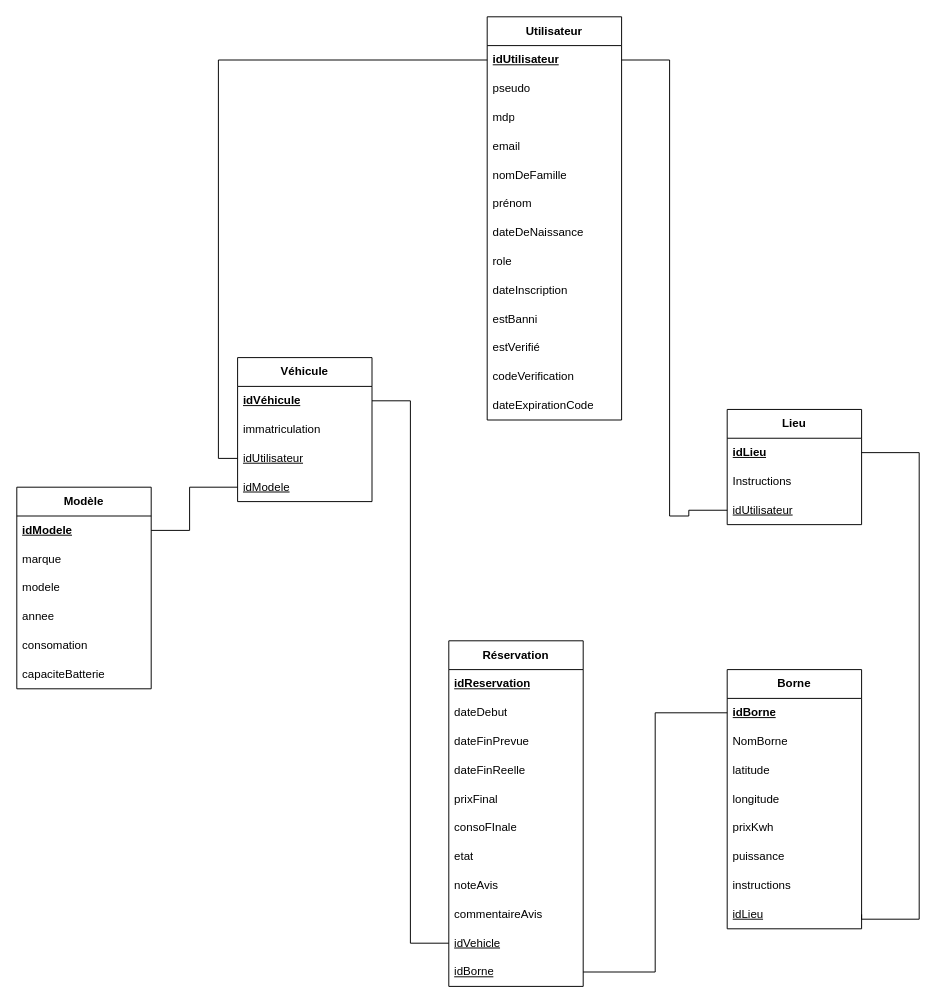
Above: page "mld" (2 of 3) of merise-electricity-business.drawio in LaiPe/electricity-business-back (draw.io), before the change. Source tidied: cells renumbered, new cells numbered last; positions are measured from the earlier drawing's top-left corner, leaving out a move shared by most shapes. Both pictures are drawn from the tidied source at 96%, with x=0, y=0 at pixel (16, 16).
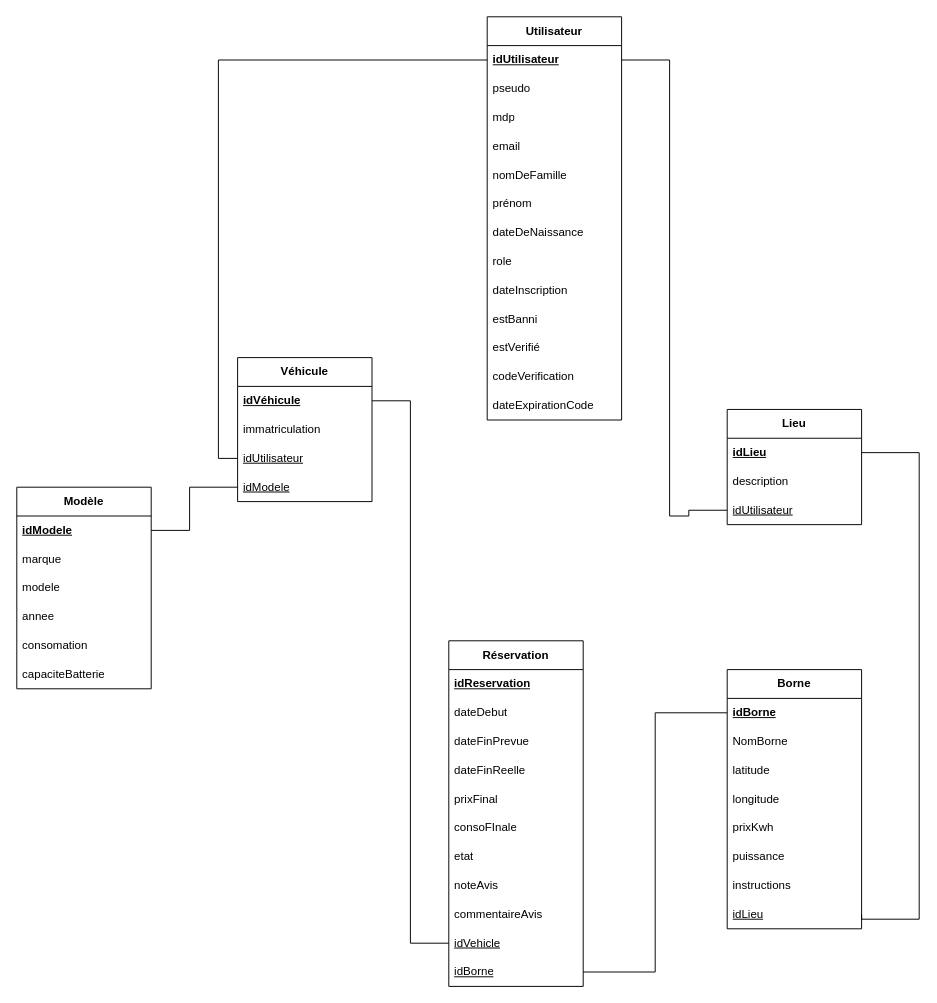
The same diagram, later.

Commit message (it also covers changes not shown here):
refactor: rename 'instructions' to 'description' in Place-related DTOs and entities

The change refers to these unchanged cells:
```xml
<mxCell id="25" value="&lt;b&gt;Lieu&lt;/b&gt;" style="swimlane;fontStyle=0;horizontal=1;startSize=30;whiteSpace=wrap;html=1;" parent="1" vertex="1">
  <mxGeometry x="740" y="409" width="140" height="120" as="geometry" />
</mxCell>
```

Diff of the diagram source:
```diff
@@
-    <mxCell id="27" value="Instructions" style="text;strokeColor=none;fillColor=none;align=left;verticalAlign=middle;spacingLeft=4;spacingRight=4;overflow=hidden;whiteSpace=wrap;html=1;" parent="25" vertex="1">
+    <mxCell id="27" value="description" style="text;strokeColor=none;fillColor=none;align=left;verticalAlign=middle;spacingLeft=4;spacingRight=4;overflow=hidden;whiteSpace=wrap;html=1;" parent="25" vertex="1">
       <mxGeometry y="60" width="140" height="30" as="geometry" />
     </mxCell>
```
